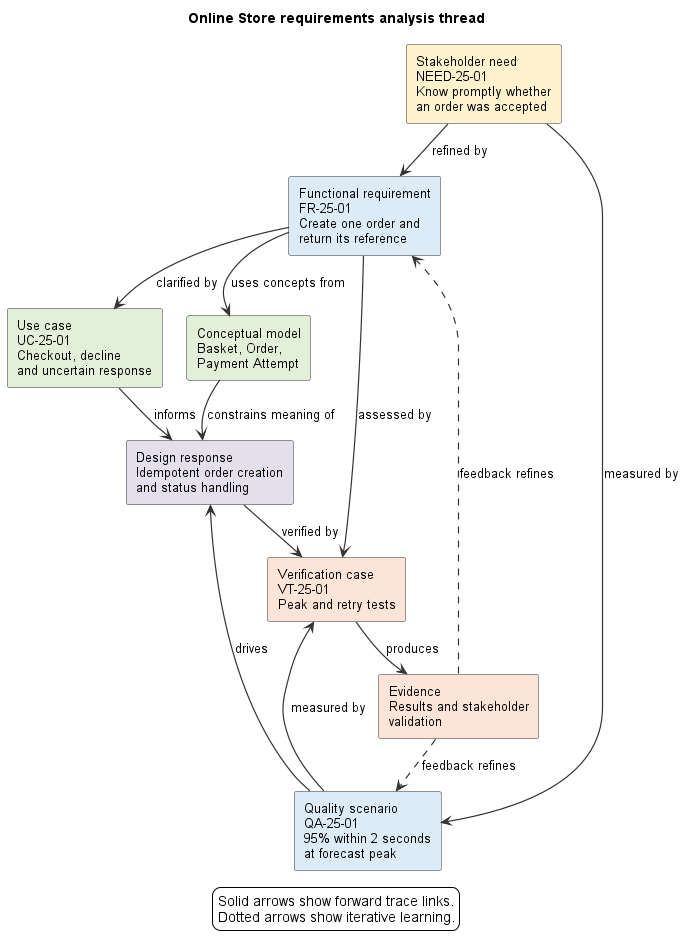
nishikanttiwari01/Architecture_Modelling keeps this PlantUML diagram as diagrams/exported/png/FIG-25-01-online-store-requirements-analysis-thread.png. Above is the earlier version.
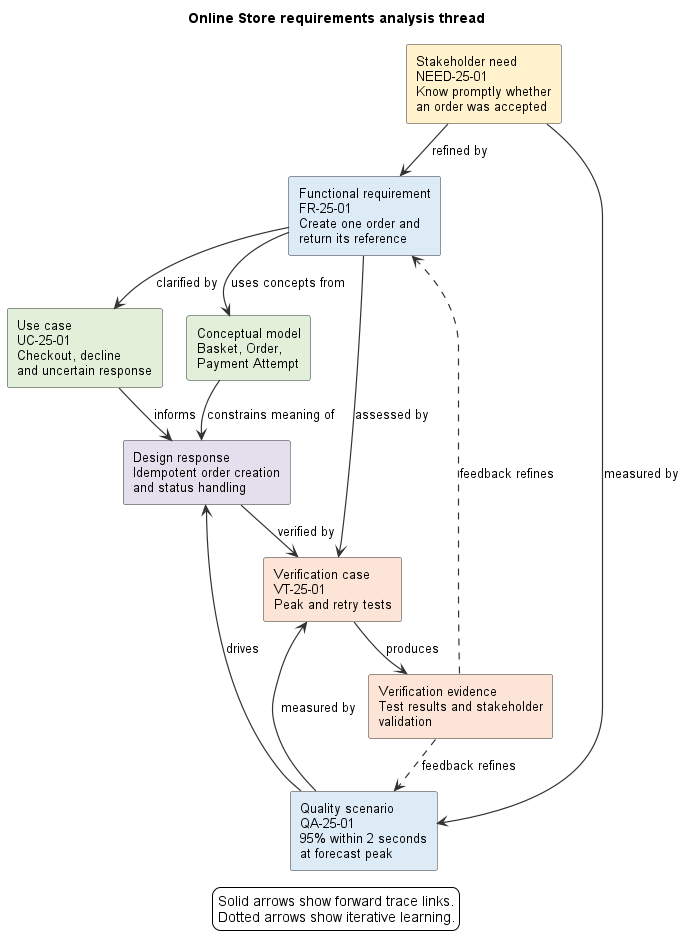
Later version of the same file.

Commit message:
Align Chapter 25 figure assessment wording

Diff of the diagram source:
```diff
@@ -12,7 +12,7 @@
 rectangle "Conceptual model\nBasket, Order,\nPayment Attempt" as CM #E2F0D9
 rectangle "Design response\nIdempotent order creation\nand status handling" as DR #E4DFEC
 rectangle "Verification case\nVT-25-01\nPeak and retry tests" as VT #FCE4D6
-rectangle "Evidence\nResults and stakeholder\nvalidation" as EV #FCE4D6
+rectangle "Verification evidence\nTest results and stakeholder\nvalidation" as EV #FCE4D6
 
 N -down-> FR : refined by
 N -down-> QA : measured by
```
